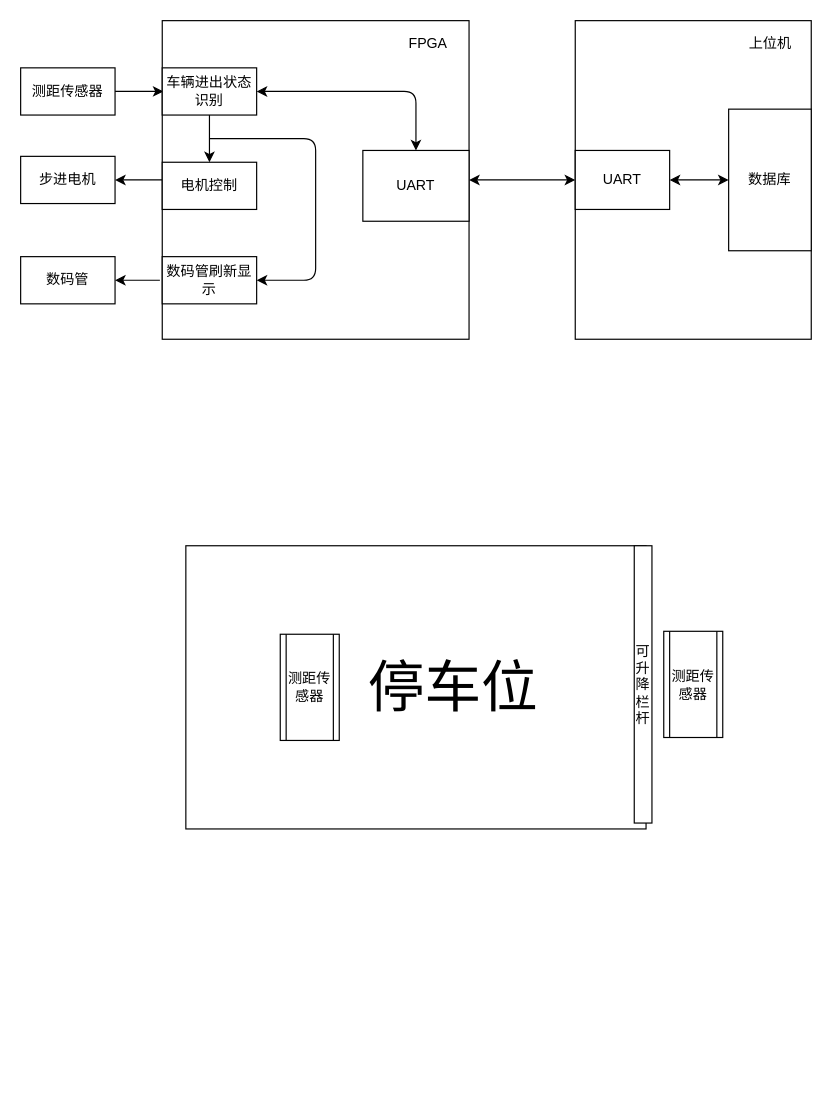
This is page "Page-1" (1 of 2) of Untitled Diagram.drawio from wu-bai-guo/bi-ye-she-ji, a draw.io file, before an edit. Source tidied: cells renumbered, new cells numbered last; positions are measured from the earlier drawing's top-left corner, leaving out a move shared by most shapes. Both pictures are drawn from the tidied source at 118%, with x=0, y=0 at pixel (20, 20).
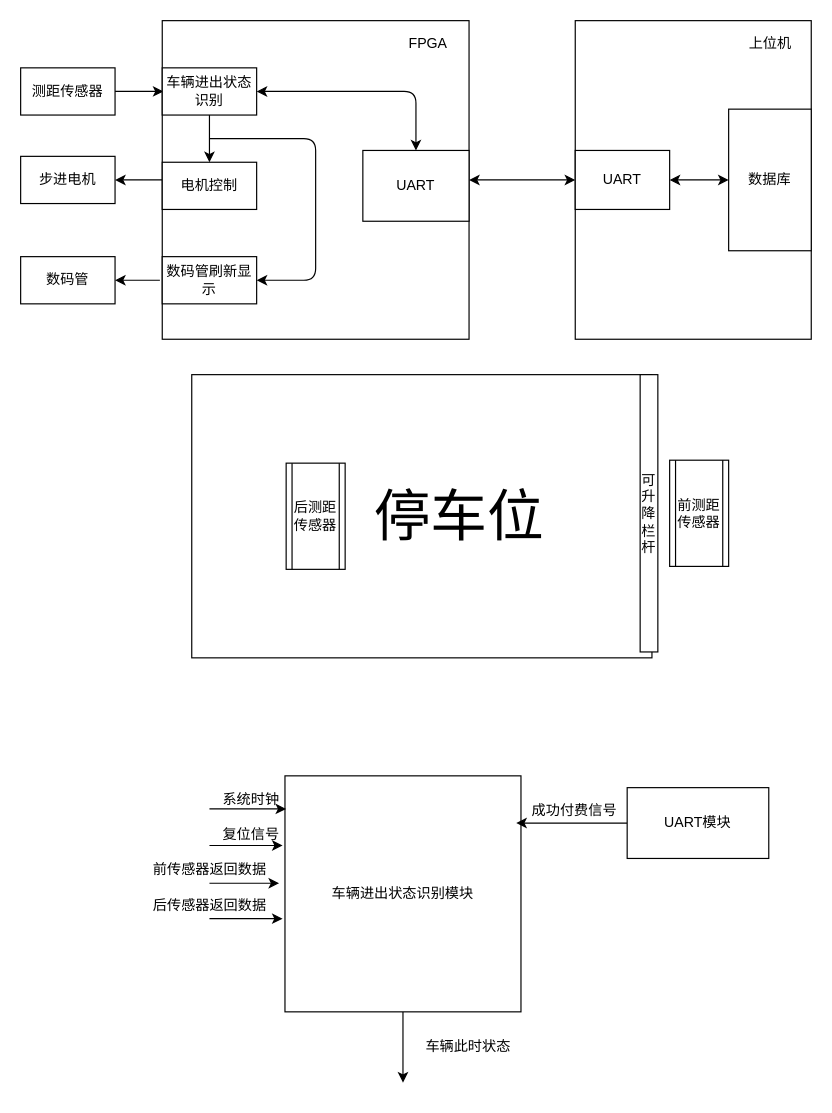
The same page after the edit.

Diff of the diagram source:
```diff
@@
     <mxCell id="23" value="&amp;nbsp;&amp;nbsp;&amp;nbsp;&amp;nbsp;&amp;nbsp;&amp;nbsp;&amp;nbsp;&amp;nbsp;&amp;nbsp;&amp;nbsp;&amp;nbsp;&amp;nbsp;&amp;nbsp;&amp;nbsp;&amp;nbsp;&amp;nbsp;&amp;nbsp;&amp;nbsp; &lt;font style=&quot;font-size: 48px&quot;&gt;停车位&lt;/font&gt;" style="rounded=0;whiteSpace=wrap;html=1;sketch=0;" parent="1" vertex="1">
-      <mxGeometry x="140" y="445" width="390" height="240" as="geometry" />
+      <mxGeometry x="145" y="300" width="390" height="240" as="geometry" />
     </mxCell>
-    <mxCell id="24" value="测距传感器" style="shape=process;whiteSpace=wrap;html=1;backgroundOutline=1;rounded=0;sketch=0;" parent="1" vertex="1">
-      <mxGeometry x="220" y="520" width="50" height="90" as="geometry" />
+    <mxCell id="24" value="后测距传感器" style="shape=process;whiteSpace=wrap;html=1;backgroundOutline=1;rounded=0;sketch=0;" parent="1" vertex="1">
+      <mxGeometry x="225" y="375" width="50" height="90" as="geometry" />
     </mxCell>
-    <mxCell id="25" value="测距传感器" style="shape=process;whiteSpace=wrap;html=1;backgroundOutline=1;rounded=0;sketch=0;" parent="1" vertex="1">
-      <mxGeometry x="545" y="517.5" width="50" height="90" as="geometry" />
+    <mxCell id="25" value="前测距传感器" style="shape=process;whiteSpace=wrap;html=1;backgroundOutline=1;rounded=0;sketch=0;" parent="1" vertex="1">
+      <mxGeometry x="550" y="372.5" width="50" height="90" as="geometry" />
     </mxCell>
     <mxCell id="26" style="endArrow=none;dashed=1;html=1;exitX=1.004;exitY=0.033;exitDx=0;exitDy=0;exitPerimeter=0;" parent="1" edge="1" source="23">
       <mxGeometry relative="1" as="geometry">
-        <mxPoint x="530" y="680" as="targetPoint" />
+        <mxPoint x="535" y="535" as="targetPoint" />
       </mxGeometry>
     </mxCell>
     <mxCell id="27" value="可升降栏杆" style="whiteSpace=wrap;html=1;rounded=0;sketch=0;" parent="1" vertex="1">
-      <mxGeometry x="520" y="445" width="15" height="235" as="geometry" />
+      <mxGeometry x="525" y="300" width="15" height="235" as="geometry" />
     </mxCell>
+    <mxCell id="28" style="edgeStyle=orthogonalEdgeStyle;curved=0;rounded=1;sketch=0;jettySize=auto;html=1;" parent="1" edge="1" source="29">
+      <mxGeometry relative="1" as="geometry">
+        <mxPoint x="324" y="900" as="targetPoint" />
+      </mxGeometry>
+    </mxCell>
+    <mxCell id="29" value="车辆进出状态识别模块" style="whiteSpace=wrap;html=1;rounded=0;sketch=0;" parent="1" vertex="1">
+      <mxGeometry x="224" y="640" width="200" height="200" as="geometry" />
+    </mxCell>
+    <mxCell id="30" style="endArrow=classic;html=1;entryX=0.005;entryY=0.14;entryDx=0;entryDy=0;entryPerimeter=0;" parent="1" edge="1" target="29">
+      <mxGeometry relative="1" as="geometry">
+        <mxPoint x="160" y="668" as="sourcePoint" />
+      </mxGeometry>
+    </mxCell>
+    <mxCell id="31" value="系统时钟" style="text;html=1;align=center;verticalAlign=middle;strokeColor=none;" parent="1" vertex="1">
+      <mxGeometry x="165" y="650" width="60" height="20" as="geometry" />
+    </mxCell>
+    <mxCell id="32" style="endArrow=classic;html=1;entryX=-0.01;entryY=0.295;entryDx=0;entryDy=0;entryPerimeter=0;" parent="1" edge="1" target="29">
+      <mxGeometry relative="1" as="geometry">
+        <mxPoint x="160" y="699" as="sourcePoint" />
+      </mxGeometry>
+    </mxCell>
+    <mxCell id="33" value="复位信号" style="text;html=1;align=center;verticalAlign=middle;strokeColor=none;" parent="1" vertex="1">
+      <mxGeometry x="165" y="680" width="60" height="20" as="geometry" />
+    </mxCell>
+    <mxCell id="34" style="endArrow=classic;html=1;entryX=-0.025;entryY=0.455;entryDx=0;entryDy=0;entryPerimeter=0;" parent="1" edge="1" target="29">
+      <mxGeometry relative="1" as="geometry">
+        <mxPoint x="160" y="731" as="sourcePoint" />
+      </mxGeometry>
+    </mxCell>
+    <mxCell id="35" value="前传感器返回数据" style="text;html=1;align=center;verticalAlign=middle;strokeColor=none;" parent="1" vertex="1">
+      <mxGeometry x="105" y="710" width="110" height="20" as="geometry" />
+    </mxCell>
+    <mxCell id="36" style="endArrow=classic;html=1;entryX=-0.01;entryY=0.605;entryDx=0;entryDy=0;entryPerimeter=0;" parent="1" edge="1" target="29">
+      <mxGeometry relative="1" as="geometry">
+        <mxPoint x="160" y="761" as="sourcePoint" />
+      </mxGeometry>
+    </mxCell>
+    <mxCell id="37" value="后传感器返回数据" style="text;html=1;align=center;verticalAlign=middle;strokeColor=none;" parent="1" vertex="1">
+      <mxGeometry x="105" y="740" width="110" height="20" as="geometry" />
+    </mxCell>
+    <mxCell id="38" value="成功付费信号" style="text;html=1;align=center;verticalAlign=middle;strokeColor=none;" parent="1" vertex="1">
+      <mxGeometry x="424" y="660" width="90" height="20" as="geometry" />
+    </mxCell>
+    <mxCell id="39" style="edgeStyle=orthogonalEdgeStyle;curved=0;rounded=1;sketch=0;jettySize=auto;html=1;entryX=0.98;entryY=0.2;entryDx=0;entryDy=0;entryPerimeter=0;" parent="1" edge="1" source="40" target="29">
+      <mxGeometry relative="1" as="geometry" />
+    </mxCell>
+    <mxCell id="40" value="UART模块" style="whiteSpace=wrap;html=1;rounded=0;sketch=0;" parent="1" vertex="1">
+      <mxGeometry x="514" y="650" width="120" height="60" as="geometry" />
+    </mxCell>
+    <mxCell id="41" value="车辆此时状态" style="text;html=1;align=center;verticalAlign=middle;strokeColor=none;" parent="1" vertex="1">
+      <mxGeometry x="334" y="860" width="90" height="20" as="geometry" />
+    </mxCell>
```
